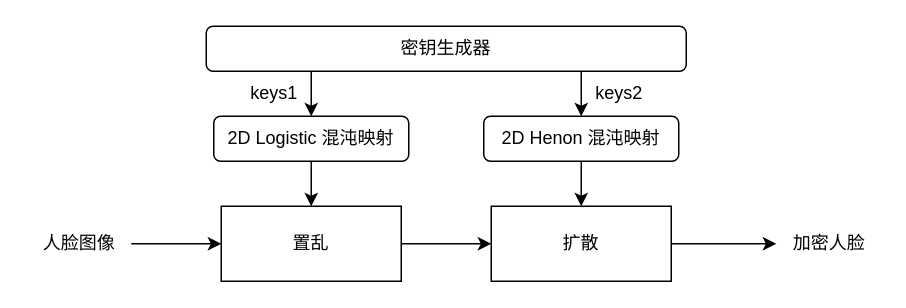
This is page "加密" (5 of 5) of face-chain/facechain.drawio from FadingLight9291117/draw.io, a draw.io file, before an edit. Source tidied: cells renumbered, new cells numbered last; positions are measured from the earlier drawing's top-left corner, leaving out a move shared by most shapes. Both pictures are drawn from the tidied source at 150%, with x=0, y=0 at pixel (26, 26).
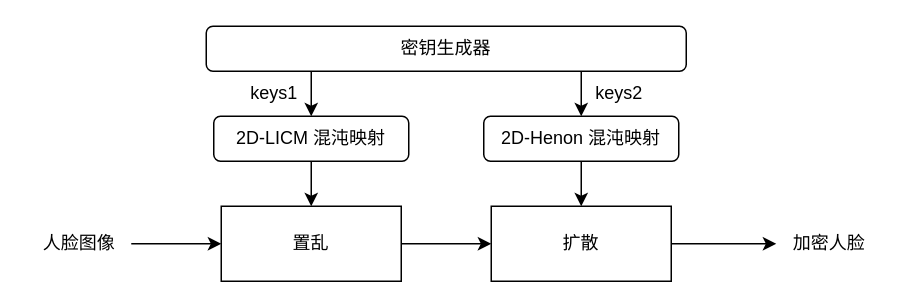
Above is the later version.

Change to the diagram source:
```diff
@@
-    <mxCell id="7" value="2D Logistic 混沌映射" style="rounded=1;whiteSpace=wrap;html=1;" parent="1" vertex="1">
+    <mxCell id="7" value="2D-LICM 混沌映射" style="rounded=1;whiteSpace=wrap;html=1;" parent="1" vertex="1">
       <mxGeometry x="125" y="60" width="130" height="30" as="geometry" />
     </mxCell>
@@
-    <mxCell id="9" value="2D Henon 混沌映射" style="rounded=1;whiteSpace=wrap;html=1;" parent="1" vertex="1">
+    <mxCell id="9" value="2D-Henon 混沌映射" style="rounded=1;whiteSpace=wrap;html=1;" parent="1" vertex="1">
       <mxGeometry x="305" y="60" width="130" height="30" as="geometry" />
     </mxCell>
```
